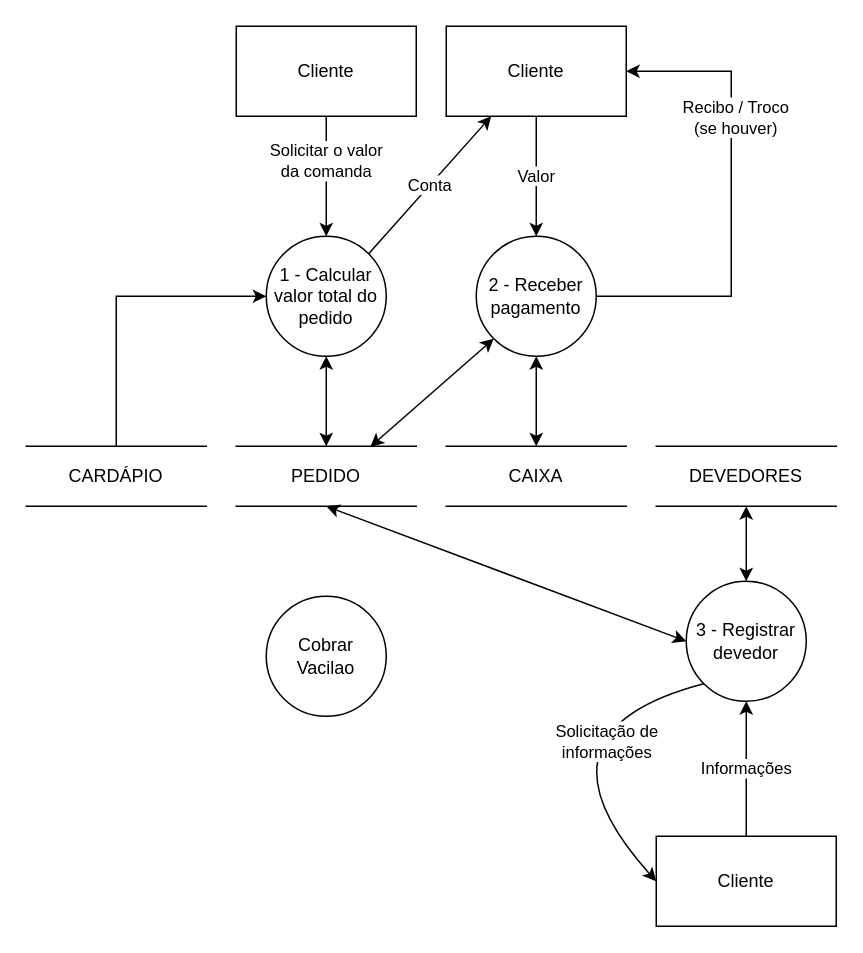
Above: docs/ARTEFATOS(15-23)/RECEBER_PAGAMENTO/DFD_RECEBER_PAGAMENTO.drawio in Darienzo08/ope_ads (draw.io), before the change. Source tidied: cells renumbered, new cells numbered last; positions are measured from the earlier drawing's top-left corner, leaving out a move shared by most shapes. Both pictures are drawn from the tidied source at 150%, with x=0, y=0 at pixel (26, 26).
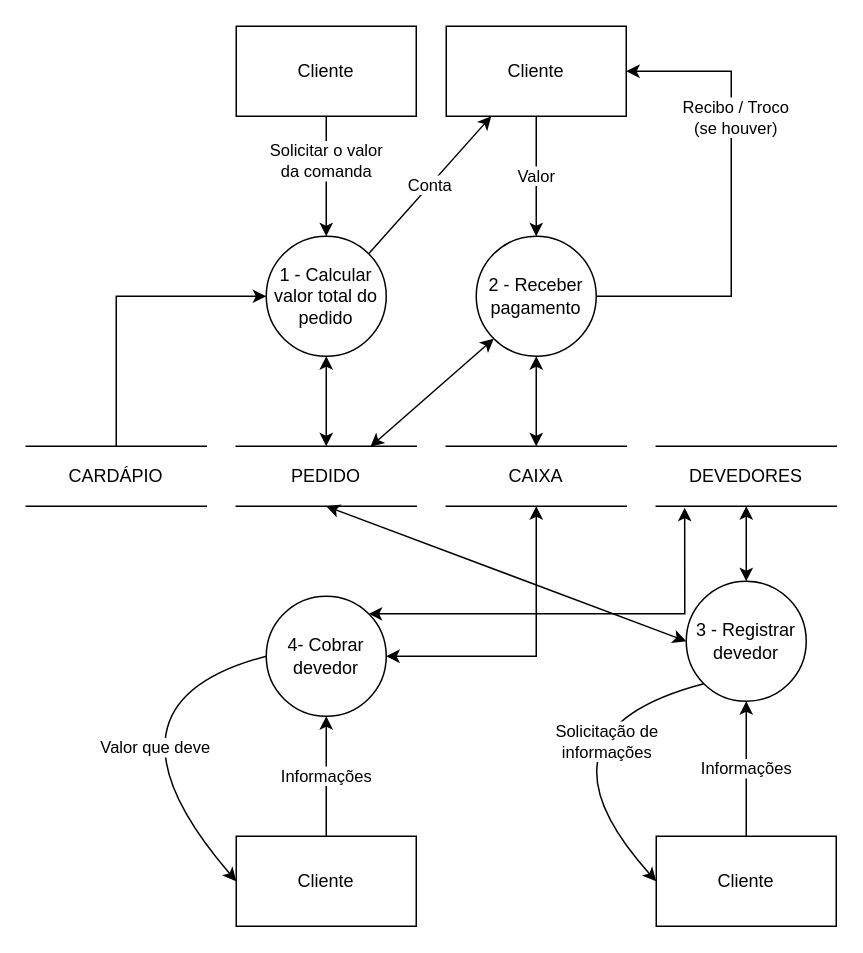
Above is the later version.

The change refers to these unchanged cells:
```xml
<mxCell id="10" value="DEVEDORES" style="shape=partialRectangle;whiteSpace=wrap;html=1;left=0;right=0;fillColor=none;" parent="1" vertex="1">
  <mxGeometry x="420" y="280" width="120" height="40" as="geometry" />
</mxCell>
<mxCell id="14" value="CAIXA" style="shape=partialRectangle;whiteSpace=wrap;html=1;left=0;right=0;fillColor=none;" parent="1" vertex="1">
  <mxGeometry x="280" y="280" width="120" height="40" as="geometry" />
</mxCell>
```

What changed in the source:
```diff
@@
+    <mxCell id="27" style="edgeStyle=orthogonalEdgeStyle;rounded=0;jettySize=auto;html=1;exitX=1;exitY=0.5;exitDx=0;exitDy=0;entryX=0.5;entryY=1;entryDx=0;entryDy=0;startArrow=classic;startFill=1;" parent="1" edge="1" source="26" target="14">
+      <mxGeometry relative="1" as="geometry" />
+    </mxCell>
+    <mxCell id="28" value="Informações" style="edgeStyle=orthogonalEdgeStyle;rounded=0;jettySize=auto;html=1;exitX=0.5;exitY=1;exitDx=0;exitDy=0;startArrow=classic;startFill=1;endArrow=none;endFill=0;" parent="1" edge="1" source="26">
+      <mxGeometry relative="1" as="geometry">
+        <mxPoint x="200" y="540" as="targetPoint" />
+      </mxGeometry>
+    </mxCell>
+    <mxCell id="29" style="edgeStyle=orthogonalEdgeStyle;rounded=0;jettySize=auto;html=1;exitX=1;exitY=0;exitDx=0;exitDy=0;startArrow=classic;startFill=1;endArrow=classic;endFill=1;entryX=0.158;entryY=1.025;entryDx=0;entryDy=0;entryPerimeter=0;" parent="1" edge="1" source="26" target="10">
+      <mxGeometry relative="1" as="geometry" />
+    </mxCell>
-    <mxCell id="26" value="&lt;div&gt;Cobrar Vacilao&lt;/div&gt;" style="ellipse;whiteSpace=wrap;html=1;" parent="1" vertex="1">
+    <mxCell id="26" value="&lt;div&gt;4- Cobrar devedor&lt;/div&gt;" style="ellipse;whiteSpace=wrap;html=1;" parent="1" vertex="1">
       <mxGeometry x="160" y="380" width="80" height="80" as="geometry" />
     </mxCell>
+    <mxCell id="30" value="Cliente" style="rounded=0;whiteSpace=wrap;html=1;" parent="1" vertex="1">
+      <mxGeometry x="140" y="540" width="120" height="60" as="geometry" />
+    </mxCell>
+    <mxCell id="31" style="curved=1;endArrow=classic;html=1;exitX=0;exitY=1;exitDx=0;exitDy=0;entryX=0;entryY=0.5;entryDx=0;entryDy=0;" parent="1" edge="1" target="30">
+      <mxGeometry relative="1" as="geometry">
+        <mxPoint x="160" y="420" as="sourcePoint" />
+        <Array as="points">
+          <mxPoint x="38.3" y="451.7" />
+        </Array>
+      </mxGeometry>
+    </mxCell>
+    <mxCell id="32" value="Valor que deve" style="edgeLabel;html=1;align=center;verticalAlign=middle;" parent="31" vertex="1">
+      <mxGeometry x="-0.38" y="40" relative="1" as="geometry" />
+    </mxCell>
```
